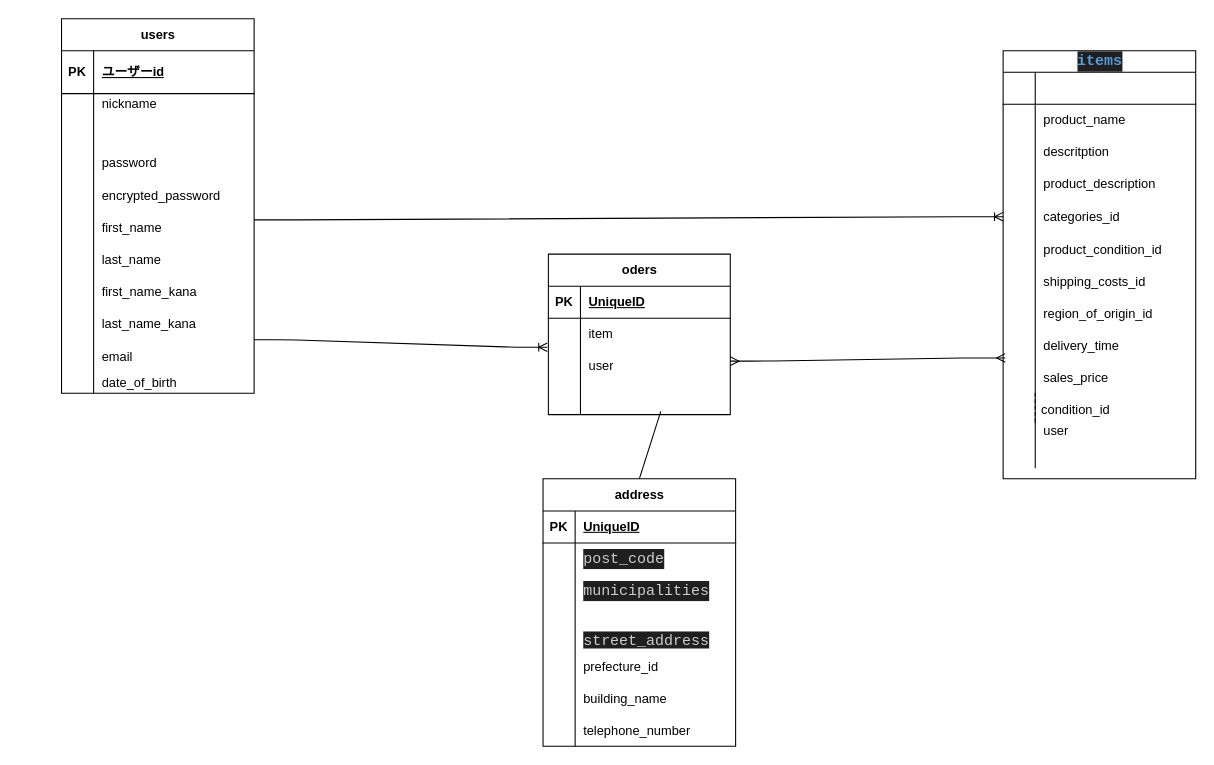
This is ERB.dio from kueitosu401/furima-41964, a draw.io file, before an edit. Source tidied: cells renumbered, new cells numbered last; positions are measured from the earlier drawing's top-left corner, leaving out a move shared by most shapes. Both pictures are drawn from the tidied source at 107%, with x=0, y=0 at pixel (18, 18).
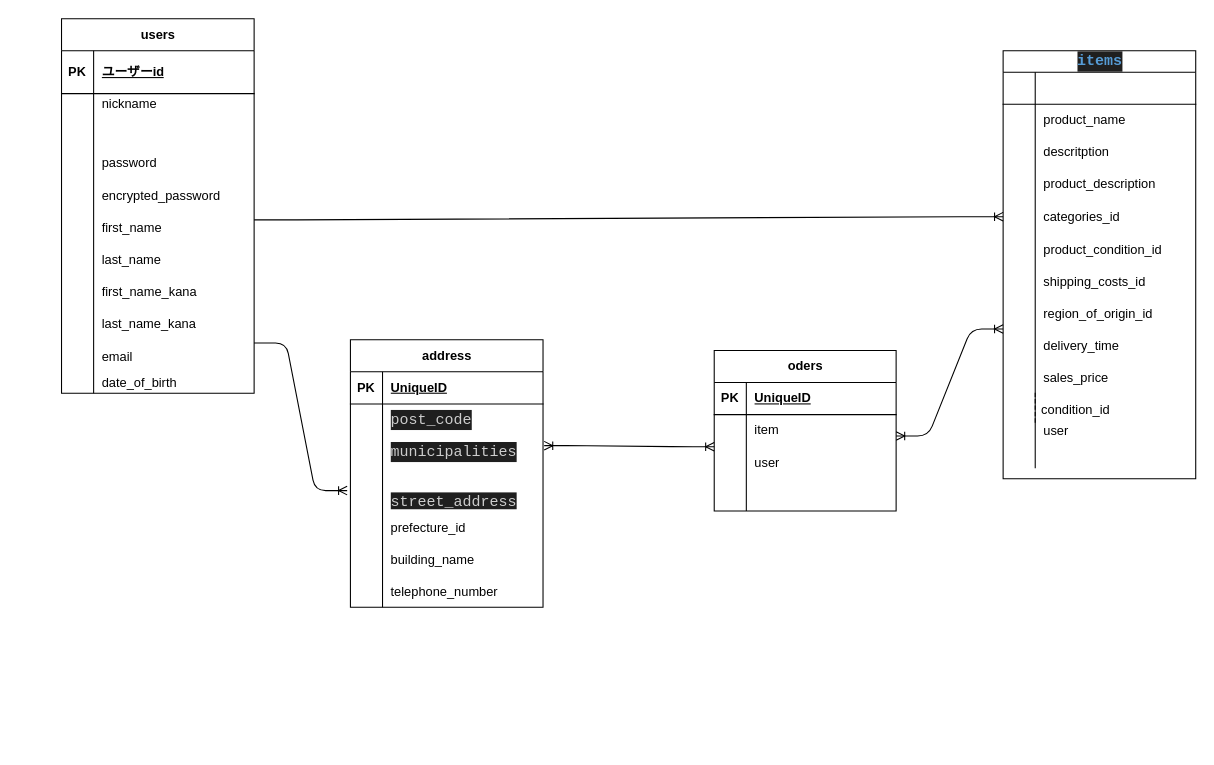
Above is the later version.

Unchanged cells that the change refers to:
```xml
<mxCell id="34" style="shape=tableRow;horizontal=0;startSize=0;swimlaneHead=0;swimlaneBody=0;fillColor=none;points=[[0,0.5],[1,0.5]];portConstraint=eastwest;top=0;left=0;right=0;bottom=0;" parent="6" vertex="1">
  <mxGeometry y="300" width="180" height="30" as="geometry" />
</mxCell>
<mxCell id="81" style="shape=tableRow;horizontal=0;startSize=0;swimlaneHead=0;swimlaneBody=0;fillColor=none;points=[[0,0.5],[1,0.5]];portConstraint=eastwest;top=0;left=0;right=0;bottom=0;" parent="74" vertex="1">
  <mxGeometry y="90" width="180" height="30" as="geometry" />
</mxCell>
<mxCell id="87" style="shape=tableRow;horizontal=0;startSize=0;swimlaneHead=0;swimlaneBody=0;fillColor=none;points=[[0,0.5],[1,0.5]];portConstraint=eastwest;top=0;left=0;right=0;bottom=0;" parent="74" vertex="1">
  <mxGeometry y="140" width="180" height="20" as="geometry" />
</mxCell>
<mxCell id="106" style="shape=tableRow;horizontal=0;startSize=0;swimlaneHead=0;swimlaneBody=0;fillColor=none;points=[[0,0.5],[1,0.5]];portConstraint=eastwest;top=0;left=0;right=0;bottom=0;" parent="99" vertex="1">
  <mxGeometry y="90" width="170" height="30" as="geometry" />
</mxCell>
<mxCell id="109" style="shape=tableRow;horizontal=0;startSize=0;swimlaneHead=0;swimlaneBody=0;fillColor=none;points=[[0,0.5],[1,0.5]];portConstraint=eastwest;top=0;left=0;right=0;bottom=0;" parent="99" vertex="1">
  <mxGeometry y="120" width="170" height="30" as="geometry" />
</mxCell>
```

The edit, as a diff of the source:
```diff
@@
     <mxCell id="74" value="address" style="shape=table;startSize=30;childLayout=tableLayout;rowLines=0;fontStyle=1;align=center;html=1;" parent="1" vertex="1">
-      <mxGeometry x="490" y="430" width="180" height="250" as="geometry" />
+      <mxGeometry x="310" y="300" width="180" height="250" as="geometry" />
     </mxCell>
@@
     <mxCell id="99" value="oders" style="shape=table;startSize=30;childLayout=tableLayout;rowLines=0;fontStyle=1;align=center;html=1;" parent="1" vertex="1">
-      <mxGeometry x="495" y="220" width="170" height="150" as="geometry" />
+      <mxGeometry x="650" y="310" width="170" height="150" as="geometry" />
     </mxCell>
@@
-    <mxCell id="115" style="edgeStyle=entityRelationEdgeStyle;fontSize=12;html=1;endArrow=ERoneToMany;entryX=-0.006;entryY=-0.1;entryDx=0;entryDy=0;entryPerimeter=0;" parent="1" edge="1" target="106">
-      <mxGeometry relative="1" as="geometry">
-        <mxPoint x="220" y="300" as="sourcePoint" />
-      </mxGeometry>
-    </mxCell>
-    <mxCell id="116" style="edgeStyle=entityRelationEdgeStyle;fontSize=12;html=1;endArrow=ERmany;startArrow=ERmany;" parent="1" edge="1">
-      <mxGeometry relative="1" as="geometry">
-        <mxPoint x="665" y="320" as="sourcePoint" />
-        <mxPoint x="922" y="317" as="targetPoint" />
-      </mxGeometry>
-    </mxCell>
-    <mxCell id="117" style="endArrow=none;html=1;rounded=0;entryX=0.618;entryY=0.9;entryDx=0;entryDy=0;entryPerimeter=0;exitX=0.5;exitY=0;exitDx=0;exitDy=0;" parent="1" edge="1" source="74" target="109">
-      <mxGeometry relative="1" as="geometry" />
-    </mxCell>
+    <mxCell id="118" style="edgeStyle=entityRelationEdgeStyle;fontSize=12;html=1;endArrow=ERoneToMany;startArrow=ERoneToMany;" parent="1" edge="1">
+      <mxGeometry relative="1" as="geometry">
+        <mxPoint x="820" y="390" as="sourcePoint" />
+        <mxPoint x="920" y="290" as="targetPoint" />
+      </mxGeometry>
+    </mxCell>
+    <mxCell id="119" style="edgeStyle=entityRelationEdgeStyle;fontSize=12;html=1;endArrow=ERoneToMany;startArrow=ERoneToMany;exitX=1.006;exitY=0.3;exitDx=0;exitDy=0;exitPerimeter=0;" parent="1" edge="1" source="81">
+      <mxGeometry relative="1" as="geometry">
+        <mxPoint x="650" y="400" as="targetPoint" />
+      </mxGeometry>
+    </mxCell>
+    <mxCell id="120" style="edgeStyle=entityRelationEdgeStyle;fontSize=12;html=1;endArrow=ERoneToMany;exitX=1;exitY=0.1;exitDx=0;exitDy=0;exitPerimeter=0;entryX=-0.017;entryY=0.05;entryDx=0;entryDy=0;entryPerimeter=0;" parent="1" edge="1" source="34" target="87">
+      <mxGeometry relative="1" as="geometry" />
+    </mxCell>
```
